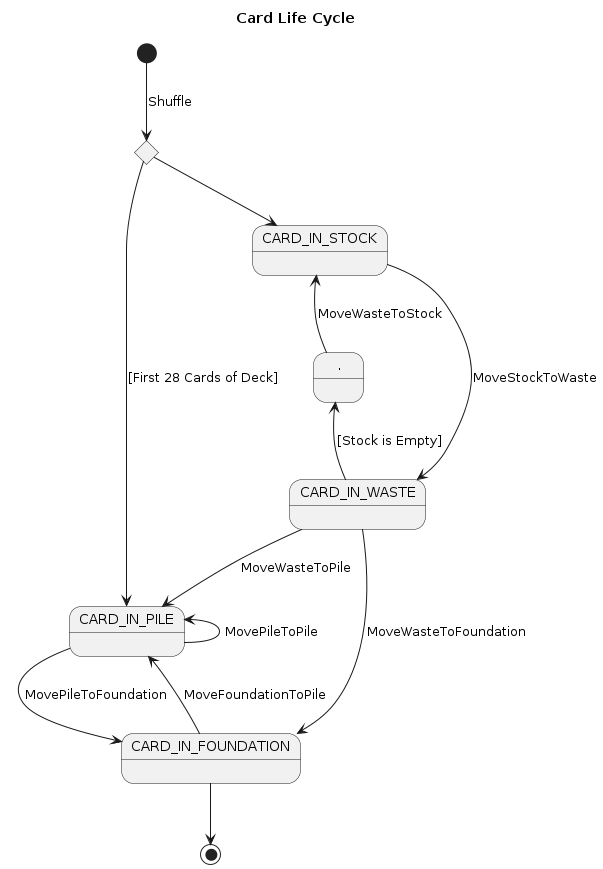
This is 01-DomainModel/CardLifeCycle.png from marinasayols/MDWP1RUP-Klondike, a PlantUML export, as it was before one commit.
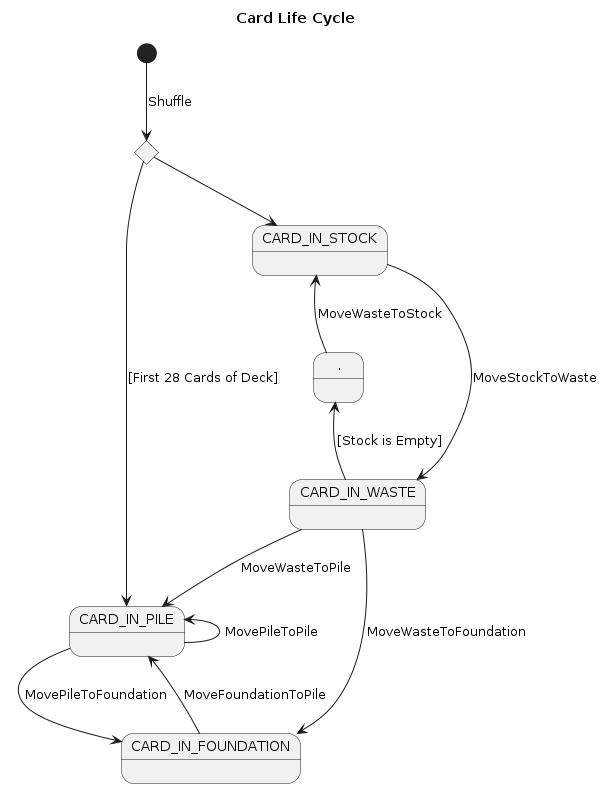
Above is the later version.

Commit message:
Update Card Life Cycle

Change to the diagram source:
```diff
@@ -18,6 +18,5 @@
 CARD_IN_PILE -up-> CARD_IN_PILE : MovePileToPile
 
 CARD_IN_FOUNDATION -up-> CARD_IN_PILE : MoveFoundationToPile
-CARD_IN_FOUNDATION --> [*]
 
 @enduml
```
